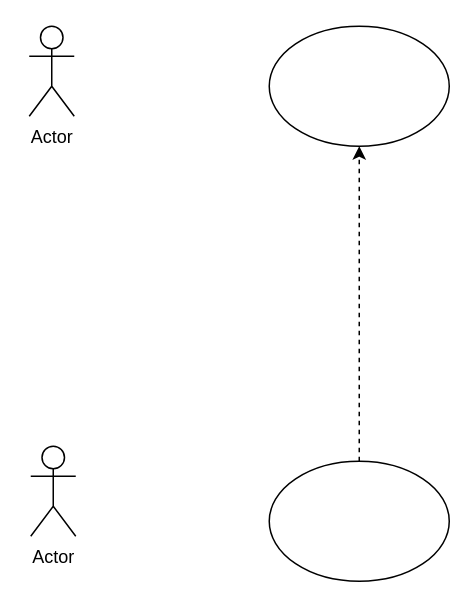
N0ssi/diagrammi keeps this draw.io diagram as Diagramma senza titolo.drawio. Above is the earlier version. Source tidied: cells renumbered, new cells numbered last; positions are measured from the earlier drawing's top-left corner, leaving out a move shared by most shapes. Both pictures are drawn from the tidied source at 150%, with x=0, y=0 at pixel (28, 26).
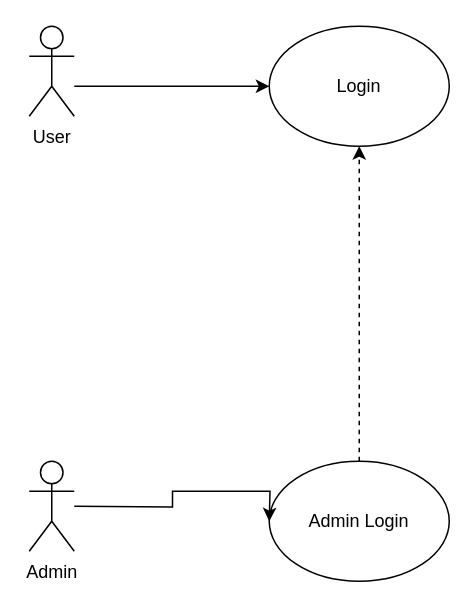
Above is the later version.

The edit, as a diff of the source:
```diff
@@
 <mxGraphModel>
   <root>
     <mxCell id="0" />
     <mxCell id="1" parent="0" />
+    <mxCell id="7" style="edgeStyle=orthogonalEdgeStyle;rounded=0;jettySize=auto;html=1;" parent="1" edge="1" source="2" target="4">
+      <mxGeometry relative="1" as="geometry">
+        <Array as="points">
+          <mxPoint x="80" y="40" />
+          <mxPoint x="80" y="40" />
+        </Array>
+      </mxGeometry>
+    </mxCell>
-    <mxCell id="2" value="Actor" style="shape=umlActor;verticalLabelPosition=bottom;verticalAlign=top;html=1;outlineConnect=0;" parent="1" vertex="1">
+    <mxCell id="2" value="User" style="shape=umlActor;verticalLabelPosition=bottom;verticalAlign=top;html=1;outlineConnect=0;" parent="1" vertex="1">
       <mxGeometry width="30" height="60" as="geometry" />
     </mxCell>
-    <mxCell id="3" value="Actor" style="shape=umlActor;verticalLabelPosition=bottom;verticalAlign=top;html=1;" parent="1" vertex="1">
-      <mxGeometry x="1" y="280" width="30" height="60" as="geometry" />
+    <mxCell id="3" value="Admin" style="shape=umlActor;verticalLabelPosition=bottom;verticalAlign=top;html=1;" parent="1" vertex="1">
+      <mxGeometry y="290" width="30" height="60" as="geometry" />
     </mxCell>
-    <mxCell id="4" style="ellipse;whiteSpace=wrap;html=1;" parent="1" vertex="1">
+    <mxCell id="4" value="Login" style="ellipse;whiteSpace=wrap;html=1;" parent="1" vertex="1">
       <mxGeometry x="160" width="120" height="80" as="geometry" />
     </mxCell>
     <mxCell id="5" style="edgeStyle=orthogonalEdgeStyle;rounded=0;jettySize=auto;html=1;dashed=1;" parent="1" edge="1" source="6" target="4">
       <mxGeometry relative="1" as="geometry" />
     </mxCell>
-    <mxCell id="6" style="ellipse;whiteSpace=wrap;html=1;" parent="1" vertex="1">
+    <mxCell id="6" value="Admin Login" style="ellipse;whiteSpace=wrap;html=1;" parent="1" vertex="1">
       <mxGeometry x="160" y="290" width="120" height="80" as="geometry" />
     </mxCell>
+    <mxCell id="8" style="edgeStyle=orthogonalEdgeStyle;rounded=0;orthogonalLoop=1;jettySize=auto;html=1;" parent="1" edge="1">
+      <mxGeometry relative="1" as="geometry">
+        <mxPoint x="30" y="320" as="sourcePoint" />
+        <mxPoint x="160" y="330" as="targetPoint" />
+      </mxGeometry>
+    </mxCell>
   </root>
 </mxGraphModel>
```
